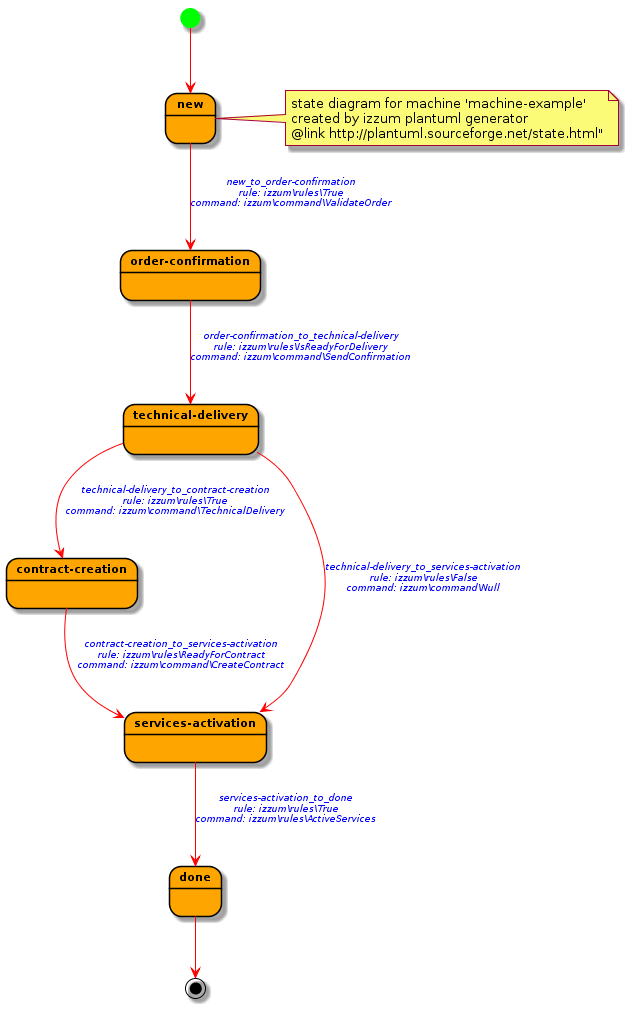
Before: assets/state-diagram-plantuml.png, a diagram exported from PlantUML (rolfvreijdenberger/izzum-statemachine).
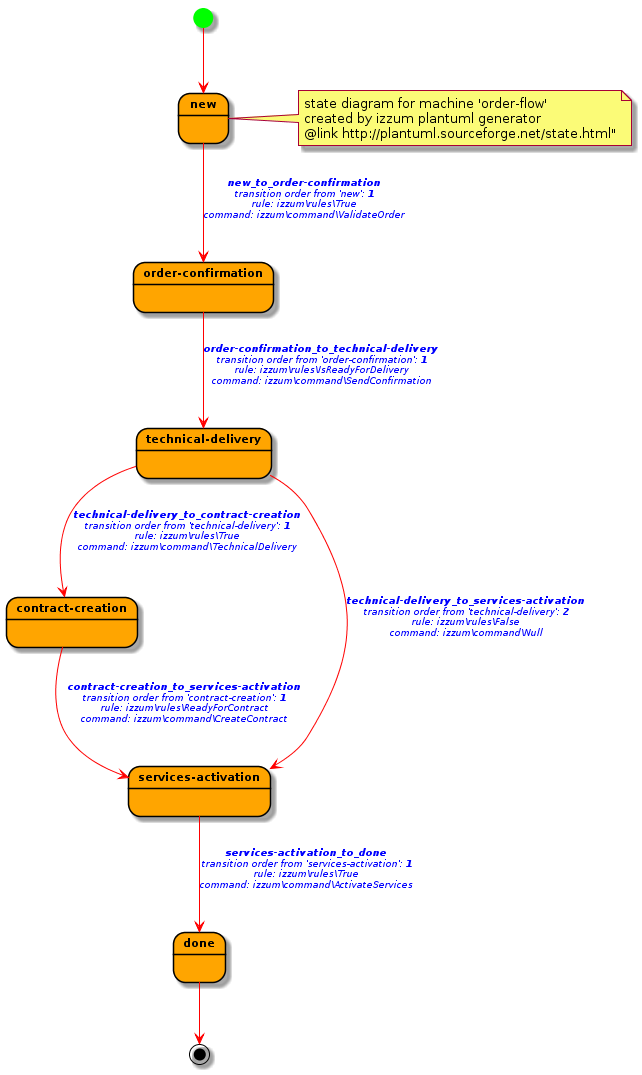
Later version of the same file.

Commit message:
uml, comments and documentation

Diff of the diagram source:
```diff
@@ -23,20 +23,20 @@
 state "new" as New
 [*] --> New
 note right of New
-state diagram for machine 'machine-example'
+state diagram for machine 'order-flow'
 created by izzum plantuml generator
 @link http://plantuml.sourceforge.net/state.html"
 end note
 state "order-confirmation" as OrderConfirmation
-New --> OrderConfirmation : new_to_order-confirmation\nrule: izzum\rules\True\ncommand: izzum\command\ValidateOrder\n
+New --> OrderConfirmation : <b><size:10>new_to_order-confirmation</size></b>\ntransition order from 'new': <b>1</b>\nrule: izzum\rules\True\ncommand: izzum\command\ValidateOrder\n
 state "technical-delivery" as TechnicalDelivery
-OrderConfirmation --> TechnicalDelivery : order-confirmation_to_technical-delivery\nrule: izzum\rules\IsReadyForDelivery\ncommand: izzum\command\SendConfirmation\n
+OrderConfirmation --> TechnicalDelivery : <b><size:10>order-confirmation_to_technical-delivery</size></b>\ntransition order from 'order-confirmation': <b>1</b>\nrule: izzum\rules\IsReadyForDelivery\ncommand: izzum\command\SendConfirmation\n
 state "contract-creation" as ContractCreation
-TechnicalDelivery --> ContractCreation : technical-delivery_to_contract-creation\nrule: izzum\rules\True\ncommand: izzum\command\TechnicalDelivery\n
+TechnicalDelivery --> ContractCreation : <b><size:10>technical-delivery_to_contract-creation</size></b>\ntransition order from 'technical-delivery': <b>1</b>\nrule: izzum\rules\True\ncommand: izzum\command\TechnicalDelivery\n
 state "services-activation" as ServicesActivation
-TechnicalDelivery --> ServicesActivation : technical-delivery_to_services-activation\nrule: izzum\rules\False\ncommand: izzum\command\Null\n
-ContractCreation --> ServicesActivation : contract-creation_to_services-activation\nrule: izzum\rules\ReadyForContract\ncommand: izzum\command\CreateContract\n
+TechnicalDelivery --> ServicesActivation : <b><size:10>technical-delivery_to_services-activation</size></b>\ntransition order from 'technical-delivery': <b>2</b>\nrule: izzum\rules\False\ncommand: izzum\command\Null\n
+ContractCreation --> ServicesActivation : <b><size:10>contract-creation_to_services-activation</size></b>\ntransition order from 'contract-creation': <b>1</b>\nrule: izzum\rules\ReadyForContract\ncommand: izzum\command\CreateContract\n
 state "done" as Done
-ServicesActivation --> Done : services-activation_to_done\nrule: izzum\rules\True\ncommand: izzum\rules\ActiveServices\n
+ServicesActivation --> Done : <b><size:10>services-activation_to_done</size></b>\ntransition order from 'services-activation': <b>1</b>\nrule: izzum\rules\True\ncommand: izzum\command\ActivateServices\n
 Done --> [*]
 @enduml
```
